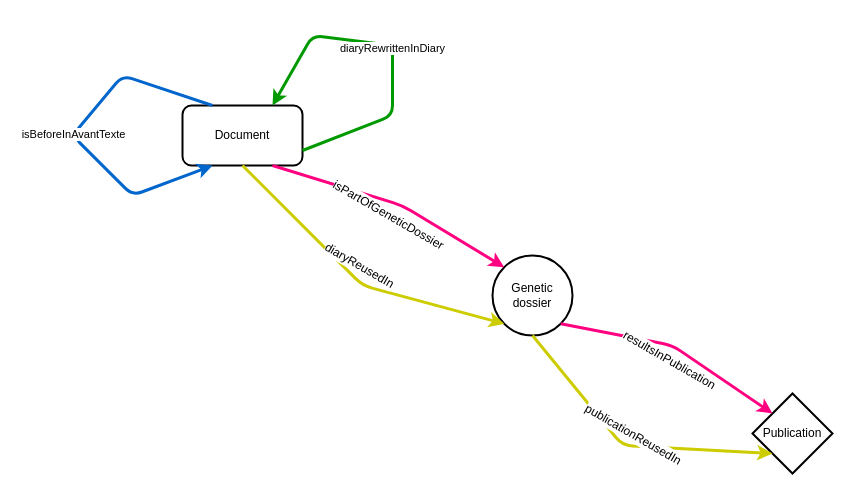
Before: talks/20190524_seminaireGenetique/ontology.drawio in elespdn/elespdn.github.io, a draw.io diagram. Source tidied: cells renumbered, new cells numbered last; positions are measured from the earlier drawing's top-left corner, leaving out a move shared by most shapes. Both pictures are drawn from the tidied source at 100%, with x=0, y=0 at pixel (72, 35).
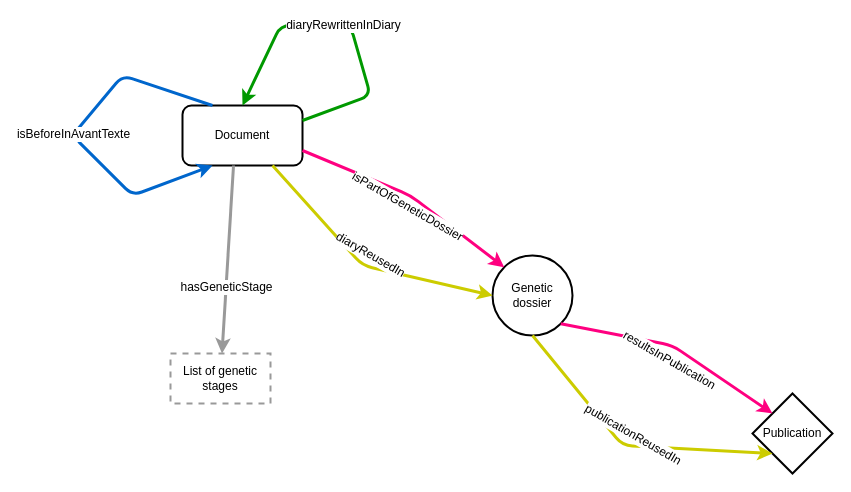
Above is the later version.

Unchanged cells that the change refers to:
```xml
<mxCell id="2" value="Document" style="rounded=1;whiteSpace=wrap;html=1;strokeWidth=2;" parent="1" vertex="1">
  <mxGeometry x="110" y="70" width="120" height="60" as="geometry" />
</mxCell>
<mxCell id="3" value="Genetic dossier" style="ellipse;whiteSpace=wrap;html=1;strokeWidth=2;" parent="1" vertex="1">
  <mxGeometry x="420" y="220" width="80" height="80" as="geometry" />
</mxCell>
```

Diff of the diagram source:
```diff
@@
-    <mxCell id="5" style="endArrow=classic;html=1;entryX=0;entryY=0;entryDx=0;entryDy=0;exitX=0.75;exitY=1;exitDx=0;exitDy=0;strokeColor=#FF0080;strokeWidth=3;" parent="1" edge="1" source="2" target="3">
+    <mxCell id="5" style="endArrow=classic;html=1;entryX=0;entryY=0;entryDx=0;entryDy=0;exitX=1;exitY=0.75;exitDx=0;exitDy=0;strokeColor=#FF0080;strokeWidth=3;" parent="1" edge="1" source="2" target="3">
       <mxGeometry relative="1" as="geometry">
         <Array as="points">
-          <mxPoint x="330" y="170" />
+          <mxPoint x="338" y="160" />
         </Array>
       </mxGeometry>
     </mxCell>
-    <mxCell id="6" value="isPartOfGeneticDossier" style="text;html=1;align=center;verticalAlign=middle;labelBackgroundColor=#ffffff;rotation=30;" parent="5" vertex="1">
+    <mxCell id="6" value="&lt;font style=&quot;font-size: 12px&quot;&gt;isPartOfGeneticDossier&lt;/font&gt;" style="text;html=1;align=center;verticalAlign=middle;labelBackgroundColor=#ffffff;rotation=30;" parent="5" vertex="1">
       <mxGeometry x="-0.14" y="4" relative="1" as="geometry">
         <mxPoint x="10" y="20.5" as="offset" />
       </mxGeometry>
     </mxCell>
-    <mxCell id="7" value="isBeforeInAvantTexte&lt;br&gt;" style="endArrow=classic;html=1;entryX=0.25;entryY=1;entryDx=0;entryDy=0;exitX=0.25;exitY=0;exitDx=0;exitDy=0;strokeWidth=3;strokeColor=#0066CC;" parent="1" edge="1" source="2" target="2">
+    <mxCell id="7" value="&lt;font style=&quot;font-size: 12px&quot;&gt;isBeforeInAvantTexte&lt;/font&gt;&lt;br&gt;" style="endArrow=classic;html=1;entryX=0.25;entryY=1;entryDx=0;entryDy=0;exitX=0.25;exitY=0;exitDx=0;exitDy=0;strokeWidth=3;strokeColor=#0066CC;" parent="1" edge="1" source="2" target="2">
       <mxGeometry relative="1" as="geometry">
         <Array as="points">
           <mxPoint x="50" y="40" />
           <mxPoint y="100" />
           <mxPoint x="60" y="160" />
         </Array>
       </mxGeometry>
     </mxCell>
@@
-    <mxCell id="10" value="diaryRewrittenInDiary" style="endArrow=classic;html=1;entryX=0.75;entryY=0;entryDx=0;entryDy=0;exitX=1;exitY=0.75;exitDx=0;exitDy=0;strokeWidth=3;strokeColor=#009900;" parent="1" edge="1" source="2" target="2">
+    <mxCell id="10" value="&lt;font style=&quot;font-size: 12px&quot;&gt;diaryRewrittenInDiary&lt;/font&gt;" style="endArrow=classic;html=1;entryX=0.5;entryY=0;entryDx=0;entryDy=0;exitX=1;exitY=0.25;exitDx=0;exitDy=0;strokeWidth=3;strokeColor=#009900;" parent="1" edge="1" source="2" target="2">
       <mxGeometry relative="1" as="geometry">
         <Array as="points">
-          <mxPoint x="320" y="80" />
-          <mxPoint x="320" y="10" />
-          <mxPoint x="240" />
+          <mxPoint x="298" y="60" />
+          <mxPoint x="278" y="-10" />
+          <mxPoint x="208" y="-10" />
         </Array>
       </mxGeometry>
     </mxCell>
-    <mxCell id="11" style="endArrow=classic;html=1;exitX=0.5;exitY=1;exitDx=0;exitDy=0;strokeColor=#CCCC00;strokeWidth=3;entryX=0;entryY=1;entryDx=0;entryDy=0;" parent="1" edge="1" source="2" target="3">
+    <mxCell id="11" style="endArrow=classic;html=1;exitX=0.75;exitY=1;exitDx=0;exitDy=0;strokeColor=#CCCC00;strokeWidth=3;entryX=0;entryY=0.5;entryDx=0;entryDy=0;" parent="1" edge="1" source="2" target="3">
       <mxGeometry relative="1" as="geometry">
         <Array as="points">
-          <mxPoint x="290" y="250" />
+          <mxPoint x="290" y="230" />
         </Array>
       </mxGeometry>
     </mxCell>
@@
+    <mxCell id="15" style="endArrow=classic;html=1;exitX=0.425;exitY=1;exitDx=0;exitDy=0;exitPerimeter=0;strokeColor=#999999;strokeWidth=3;" parent="1" edge="1" source="2" target="17">
+      <mxGeometry relative="1" as="geometry" />
+    </mxCell>
+    <mxCell id="16" value="hasGeneticStage&lt;br&gt;" style="text;html=1;align=center;verticalAlign=middle;labelBackgroundColor=#ffffff;" parent="15" vertex="1">
+      <mxGeometry x="0.4" y="1" relative="1" as="geometry">
+        <mxPoint y="-10" as="offset" />
+      </mxGeometry>
+    </mxCell>
+    <mxCell id="17" value="List of genetic stages" style="rounded=0;whiteSpace=wrap;html=1;dashed=1;strokeWidth=2;strokeColor=#999999;" parent="1" vertex="1">
+      <mxGeometry x="98" y="318" width="100" height="50" as="geometry" />
+    </mxCell>
```
